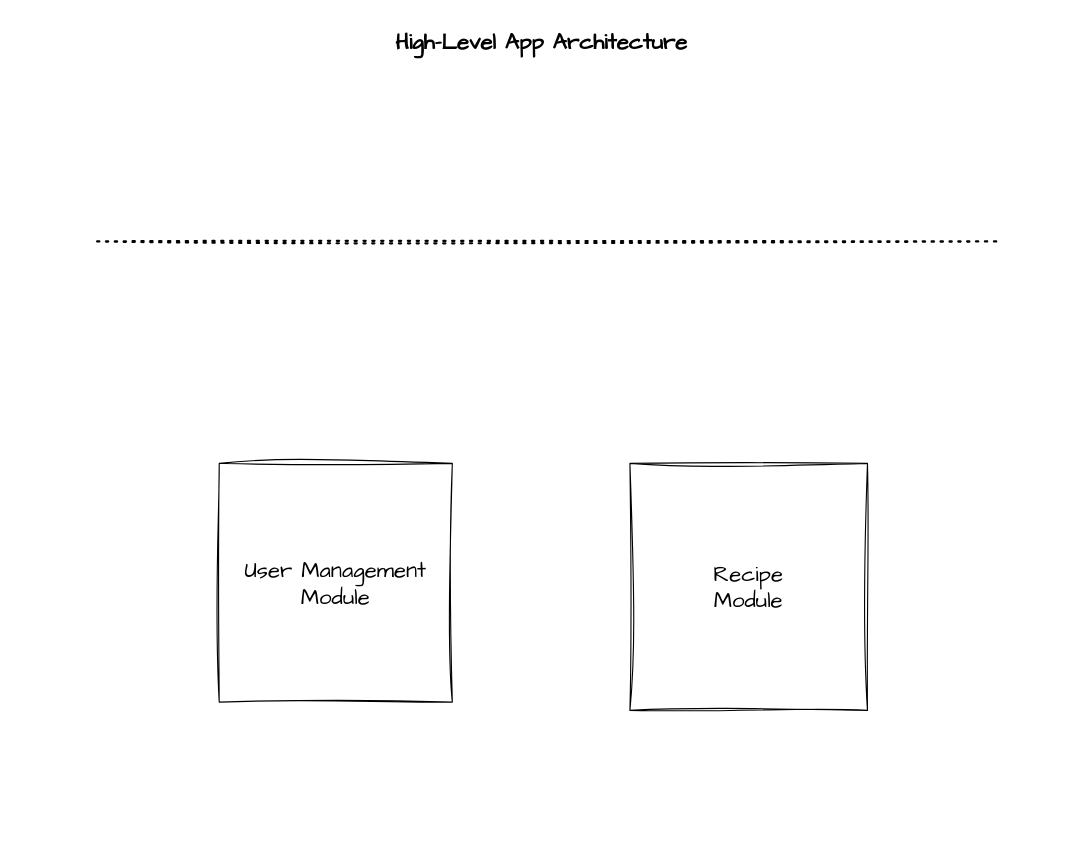
This is docs/Diagram bez tytułu.drawio from abenteuerzeit/reviva-la-carte, a draw.io file, before an edit. Source tidied: cells renumbered, new cells numbered last; positions are measured from the earlier drawing's top-left corner, leaving out a move shared by most shapes. Both pictures are drawn from the tidied source at 111%, with x=0, y=0 at pixel (19, 19).
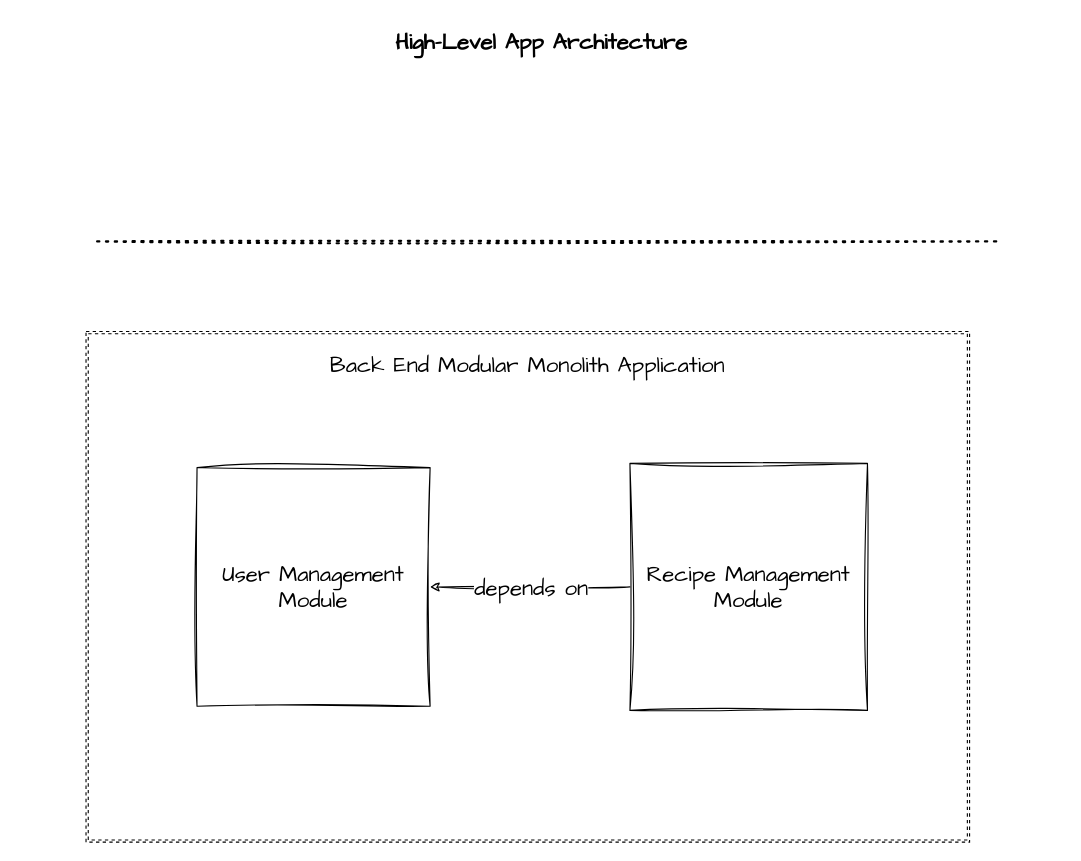
After the change.

The edit, as a diff of the source:
```diff
@@
 <mxGraphModel>
   <root>
     <mxCell id="0" />
     <mxCell id="1" parent="0" />
+    <mxCell id="6" value="Back End Modular Monolith Application" style="shape=ext;double=1;rounded=0;whiteSpace=wrap;html=1;shadow=0;glass=0;hachureGap=4;fontFamily=Architects Daughter;fontSize=20;fillColor=none;gradientColor=default;strokeColor=default;dashed=1;spacingTop=0;spacingBottom=400;" parent="1" vertex="1">
+      <mxGeometry x="60" y="281.2" width="796" height="460" as="geometry" />
+    </mxCell>
-    <mxCell id="2" value="User Management Module" style="rounded=0;whiteSpace=wrap;html=1;sketch=1;hachureGap=4;jiggle=2;curveFitting=1;fontFamily=Architects Daughter;fontSize=20;" parent="1" vertex="1">
-      <mxGeometry x="180" y="400" width="210" height="215" as="geometry" />
+    <mxCell id="2" value="User Management Module" style="rounded=0;whiteSpace=wrap;html=1;sketch=1;hachureGap=4;jiggle=2;curveFitting=1;fontFamily=Architects Daughter;fontSize=20;gradientColor=none;glass=0;shadow=0;" parent="1" vertex="1">
+      <mxGeometry x="160" y="403.8" width="210" height="215" as="geometry" />
     </mxCell>
-    <mxCell id="3" value="Recipe &lt;br&gt;Module" style="rounded=0;whiteSpace=wrap;html=1;sketch=1;hachureGap=4;jiggle=2;curveFitting=1;fontFamily=Architects Daughter;fontSize=20;" parent="1" vertex="1">
+    <mxCell id="3" value="Recipe Management&lt;br&gt;Module" style="rounded=0;whiteSpace=wrap;html=1;sketch=1;hachureGap=4;jiggle=2;curveFitting=1;fontFamily=Architects Daughter;fontSize=20;" parent="1" vertex="1">
       <mxGeometry x="550" y="400" width="214" height="222.5" as="geometry" />
     </mxCell>
     <mxCell id="4" value="High-Level App Architecture" style="text;strokeColor=none;fillColor=none;html=1;fontSize=20;fontStyle=1;verticalAlign=middle;align=center;fontFamily=Architects Daughter;" parent="1" vertex="1">
       <mxGeometry width="940" height="40" as="geometry" />
     </mxCell>
     <mxCell id="5" style="endArrow=none;dashed=1;html=1;dashPattern=1 3;strokeWidth=2;rounded=0;sketch=1;hachureGap=4;jiggle=2;curveFitting=1;fontFamily=Architects Daughter;fontSize=16;" parent="1" edge="1">
       <mxGeometry relative="1" as="geometry">
         <mxPoint x="70" y="200" as="sourcePoint" />
         <mxPoint x="880" y="200" as="targetPoint" />
       </mxGeometry>
     </mxCell>
+    <mxCell id="7" style="endArrow=classic;html=1;rounded=0;sketch=1;hachureGap=4;jiggle=2;curveFitting=1;fontFamily=Architects Daughter;fontSize=16;exitX=0;exitY=0.5;exitDx=0;exitDy=0;entryX=1;entryY=0.5;entryDx=0;entryDy=0;" parent="1" edge="1" source="3" target="2">
+      <mxGeometry relative="1" as="geometry" />
+    </mxCell>
+    <mxCell id="8" value="depends on" style="edgeLabel;html=1;align=center;verticalAlign=middle;shadow=0;glass=0;sketch=1;hachureGap=4;jiggle=2;curveFitting=1;fontFamily=Architects Daughter;fontSize=20;fillColor=none;gradientColor=none;" parent="7" vertex="1">
+      <mxGeometry relative="1" as="geometry" />
+    </mxCell>
   </root>
 </mxGraphModel>
```
